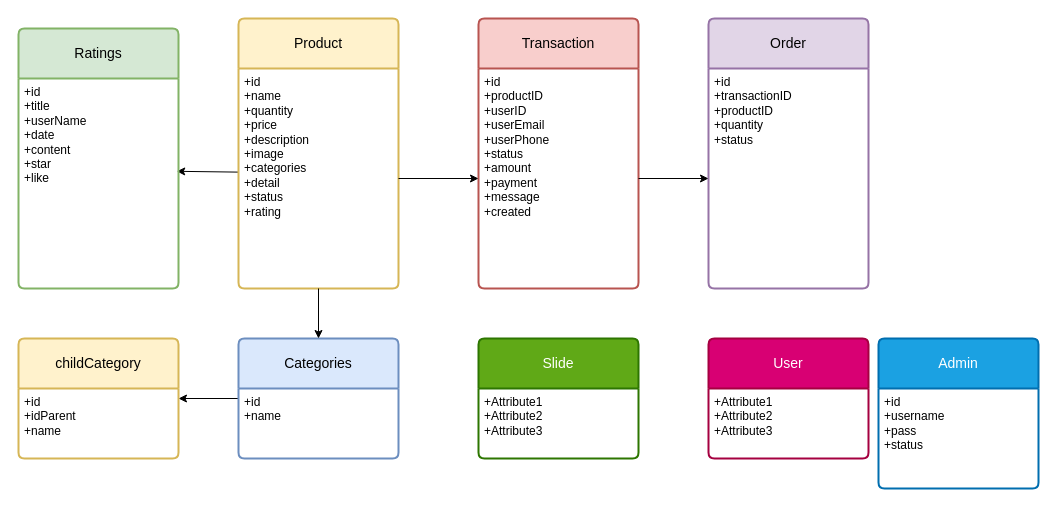
The draw.io diagram csdl.drawio in dunkvippro/DunkShop, before the edit. Source tidied: cells renumbered, new cells numbered last; positions are measured from the earlier drawing's top-left corner, leaving out a move shared by most shapes. Both pictures are drawn from the tidied source at 100%, with x=0, y=0 at pixel (18, 18).
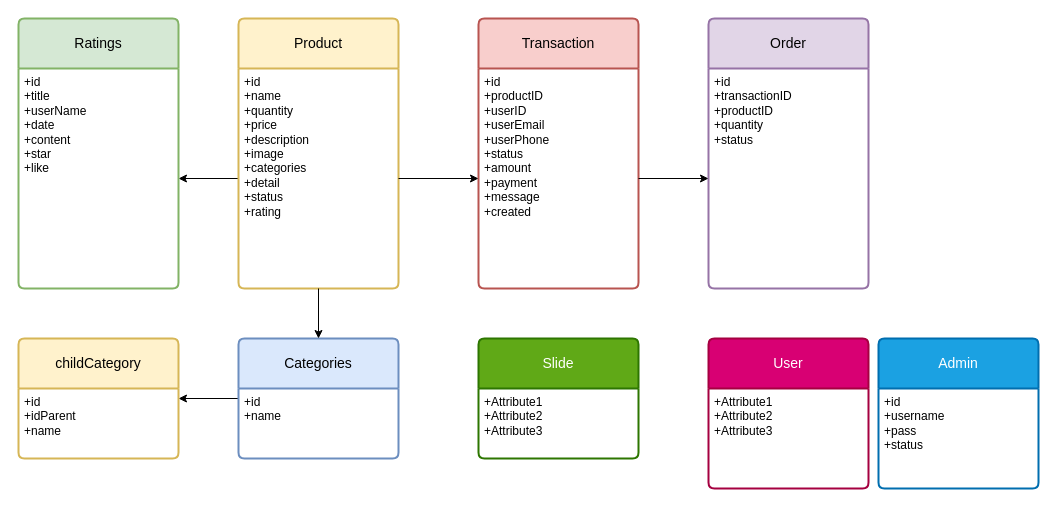
Above is the later version.

The change refers to these unchanged cells:
```xml
<mxCell id="4" value="+id&lt;br&gt;+name&lt;br&gt;+quantity&lt;br&gt;+price&lt;br&gt;+description&lt;br&gt;+image&lt;br&gt;+categories&lt;br&gt;+detail&lt;br&gt;+status&lt;br&gt;+rating" style="align=left;strokeColor=none;fillColor=none;spacingLeft=4;fontSize=12;verticalAlign=top;html=1;" parent="3" vertex="1">
  <mxGeometry y="50" width="160" height="220" as="geometry" />
</mxCell>
```

Change to the diagram source:
```diff
@@
-    <mxCell id="2" style="rounded=0;jettySize=auto;html=1;entryX=0.989;entryY=0.442;entryDx=0;entryDy=0;entryPerimeter=0;exitX=-0.001;exitY=0.471;exitDx=0;exitDy=0;exitPerimeter=0;" parent="1" edge="1" source="4" target="14">
+    <mxCell id="2" style="rounded=0;jettySize=auto;html=1;entryX=1;entryY=0.5;entryDx=0;entryDy=0;exitX=0;exitY=0.5;exitDx=0;exitDy=0;" parent="1" edge="1" source="4" target="14">
       <mxGeometry relative="1" as="geometry" />
     </mxCell>
@@
     <mxCell id="11" value="User" style="swimlane;horizontal=1;startSize=50;rounded=1;fontSize=14;fontStyle=0;strokeWidth=2;shadow=0;dashed=0;align=center;arcSize=4;whiteSpace=wrap;html=1;fillColor=#d80073;fontColor=#ffffff;strokeColor=#A50040;" parent="1" vertex="1">
-      <mxGeometry x="690" y="320" width="160" height="120" as="geometry" />
+      <mxGeometry x="690" y="320" width="160" height="150" as="geometry" />
     </mxCell>
     <mxCell id="12" value="+Attribute1&#10;+Attribute2&#10;+Attribute3" style="align=left;strokeColor=none;fillColor=none;spacingLeft=4;fontSize=12;verticalAlign=top;html=1;" parent="11" vertex="1">
-      <mxGeometry y="50" width="160" height="70" as="geometry" />
+      <mxGeometry y="50" width="160" height="100" as="geometry" />
     </mxCell>
     <mxCell id="13" value="Ratings" style="swimlane;horizontal=1;startSize=50;rounded=1;fontSize=14;fontStyle=0;strokeWidth=2;shadow=0;dashed=0;align=center;arcSize=4;whiteSpace=wrap;html=1;fillColor=#d5e8d4;strokeColor=#82b366;" parent="1" vertex="1">
-      <mxGeometry y="10" width="160" height="260" as="geometry" />
+      <mxGeometry width="160" height="270" as="geometry" />
     </mxCell>
     <mxCell id="14" value="+id&lt;br&gt;+title&lt;br&gt;+userName&lt;br&gt;+date&lt;br&gt;+content&lt;br&gt;+star&lt;br&gt;+like&lt;br&gt;" style="align=left;strokeColor=none;fillColor=none;spacingLeft=4;fontSize=12;verticalAlign=top;html=1;" parent="13" vertex="1">
-      <mxGeometry y="50" width="160" height="210" as="geometry" />
+      <mxGeometry y="50" width="160" height="220" as="geometry" />
     </mxCell>
```
